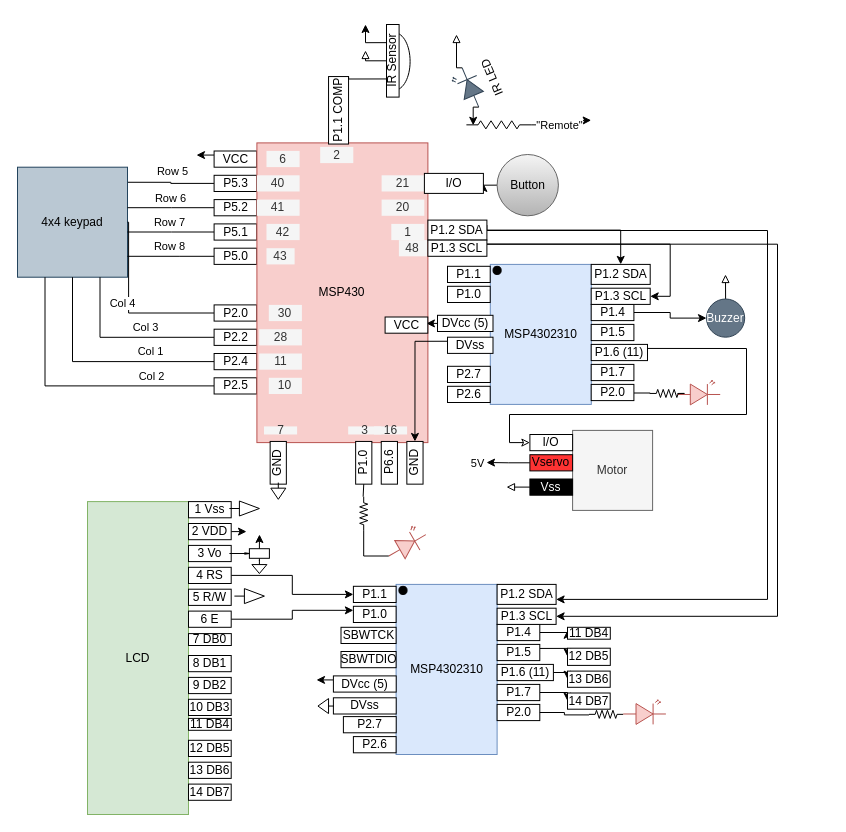
Before: page "CircuitDiagram" (3 of 4) of docs/planning/FinalProjectCharts.drawio in msu-eele-465/final-project-ecallery888, a draw.io diagram. Source tidied: cells renumbered, new cells numbered last; positions are measured from the earlier drawing's top-left corner, leaving out a move shared by most shapes. Both pictures are drawn from the tidied source at 100%, with x=0, y=0 at pixel (17, 24). Pictures stored in the file or linked from it are replaced by grey dashed boxes.
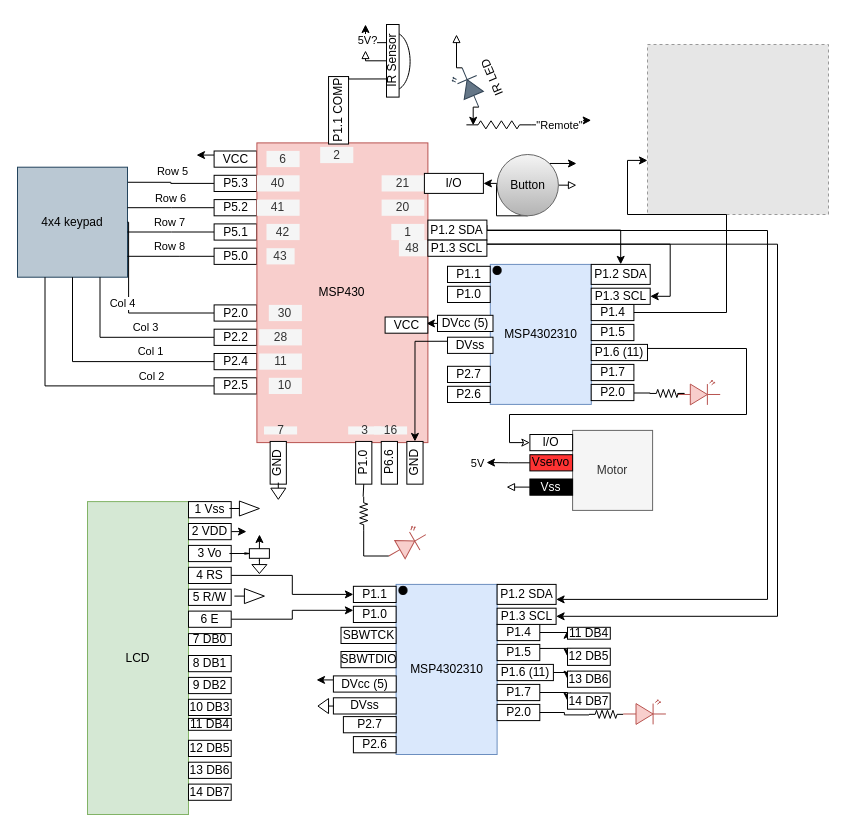
Above is the later version.

Unchanged cells that the change refers to:
```xml
<mxCell id="4" value="P1.4" style="rounded=0;whiteSpace=wrap;html=1;" parent="1" vertex="1">
  <mxGeometry x="573.7" y="279.9" width="42.7" height="16.2" as="geometry" />
</mxCell>
<mxCell id="147" style="edgeStyle=orthogonalEdgeStyle;rounded=0;jettySize=auto;html=1;exitX=0.75;exitY=0;exitDx=0;exitDy=0;" parent="145" edge="1" source="149">
  <mxGeometry relative="1" as="geometry">
    <mxPoint x="-21" as="targetPoint" />
  </mxGeometry>
</mxCell>
<mxCell id="152" value="Button" style="ellipse;whiteSpace=wrap;html=1;fillColor=#f5f5f5;strokeColor=#666666;gradientColor=#b3b3b3;" parent="1" vertex="1">
  <mxGeometry x="479.6" y="130" width="61.3" height="61.3" as="geometry" />
</mxCell>
<mxCell id="161" value="I/O" style="rounded=0;whiteSpace=wrap;html=1;" parent="1" vertex="1">
  <mxGeometry x="406.9" y="148.9" width="59" height="20" as="geometry" />
</mxCell>
```

Change to the diagram source:
```diff
@@
-    <mxCell id="3" style="edgeStyle=orthogonalEdgeStyle;rounded=0;jettySize=auto;html=1;exitX=1;exitY=0.5;exitDx=0;exitDy=0;entryX=0;entryY=0.5;entryDx=0;entryDy=0;" parent="1" edge="1" source="4" target="154">
-      <mxGeometry relative="1" as="geometry" />
-    </mxCell>
@@
+    <mxCell id="164" value="5V?" style="edgeLabel;html=1;align=center;verticalAlign=middle;" parent="147" vertex="1">
+      <mxGeometry x="0.23" y="-1" relative="1" as="geometry" />
+    </mxCell>
@@
+    <mxCell id="165" style="edgeStyle=orthogonalEdgeStyle;rounded=0;jettySize=auto;html=1;exitX=1;exitY=0;exitDx=0;exitDy=0;" parent="1" edge="1" source="152">
+      <mxGeometry relative="1" as="geometry">
+        <mxPoint x="559" y="139" as="targetPoint" />
+      </mxGeometry>
+    </mxCell>
+    <mxCell id="166" style="edgeStyle=orthogonalEdgeStyle;rounded=0;jettySize=auto;html=1;exitX=1;exitY=0.5;exitDx=0;exitDy=0;endArrow=block;endFill=0;" parent="1" edge="1" source="152">
+      <mxGeometry relative="1" as="geometry">
+        <mxPoint x="559" y="161" as="targetPoint" />
+      </mxGeometry>
+    </mxCell>
-    <mxCell id="151" style="edgeStyle=orthogonalEdgeStyle;rounded=0;jettySize=auto;html=1;exitX=0;exitY=0.5;exitDx=0;exitDy=0;entryX=1;entryY=0.5;entryDx=0;entryDy=0;" parent="1" edge="1" source="152" target="161">
-      <mxGeometry relative="1" as="geometry" />
+    <mxCell id="151" style="edgeStyle=orthogonalEdgeStyle;rounded=0;jettySize=auto;html=1;exitX=0.5;exitY=1;exitDx=0;exitDy=0;entryX=1;entryY=0.5;entryDx=0;entryDy=0;" parent="1" edge="1" source="152" target="161">
+      <mxGeometry relative="1" as="geometry">
+        <Array as="points">
+          <mxPoint x="479" y="191" />
+          <mxPoint x="479" y="160" />
+          <mxPoint x="486" y="160" />
+          <mxPoint x="486" y="159" />
+        </Array>
+      </mxGeometry>
     </mxCell>
@@
-    <mxCell id="153" style="edgeStyle=orthogonalEdgeStyle;rounded=0;jettySize=auto;html=1;exitX=0.5;exitY=0;exitDx=0;exitDy=0;endArrow=block;endFill=0;" parent="1" edge="1" source="154">
-      <mxGeometry relative="1" as="geometry">
-        <mxPoint x="708" y="250" as="targetPoint" />
-      </mxGeometry>
-    </mxCell>
-    <mxCell id="154" value="Buzzer" style="ellipse;whiteSpace=wrap;html=1;fillColor=#647687;fontColor=#ffffff;strokeColor=#314354;" parent="1" vertex="1">
-      <mxGeometry x="689" y="274.5" width="38.2" height="38.2" as="geometry" />
-    </mxCell>
@@
+    <mxCell id="167" style="fillColor=#E6E6E6;strokeColor=#999999;dashed=1;verticalLabelPosition=bottom;labelBackgroundColor=default;verticalAlign=top;" parent="1" vertex="1">
+      <mxGeometry x="630" y="20" width="181" height="170" as="geometry" />
+    </mxCell>
+    <mxCell id="168" style="edgeStyle=orthogonalEdgeStyle;rounded=0;jettySize=auto;html=1;exitX=1;exitY=0.5;exitDx=0;exitDy=0;entryX=0;entryY=0.682;entryDx=0;entryDy=0;entryPerimeter=0;" parent="1" edge="1" source="4" target="167">
+      <mxGeometry relative="1" as="geometry">
+        <Array as="points">
+          <mxPoint x="709" y="288" />
+          <mxPoint x="709" y="190" />
+          <mxPoint x="610" y="190" />
+          <mxPoint x="610" y="136" />
+        </Array>
+      </mxGeometry>
+    </mxCell>
```
